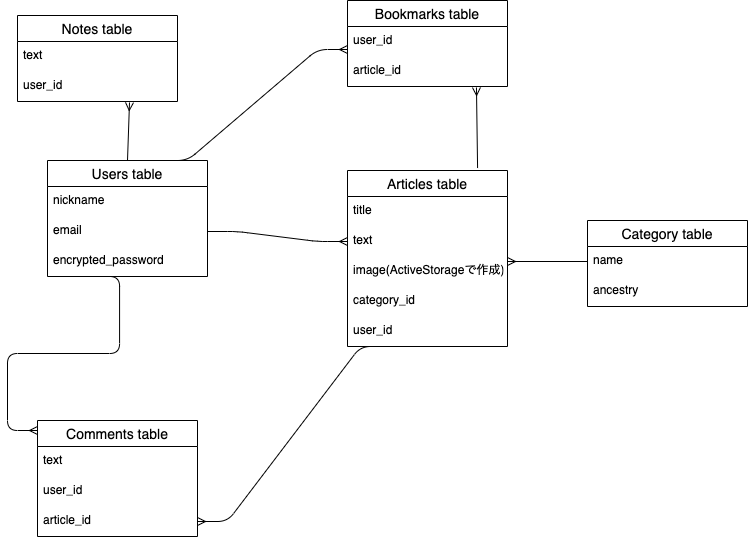
Danke1732/find-app keeps this draw.io diagram as find_er.drawio.png. Above is the earlier version. Source tidied: cells renumbered, new cells last; positions are measured from the earlier drawing's top-left corner, leaving out a move shared by most shapes.
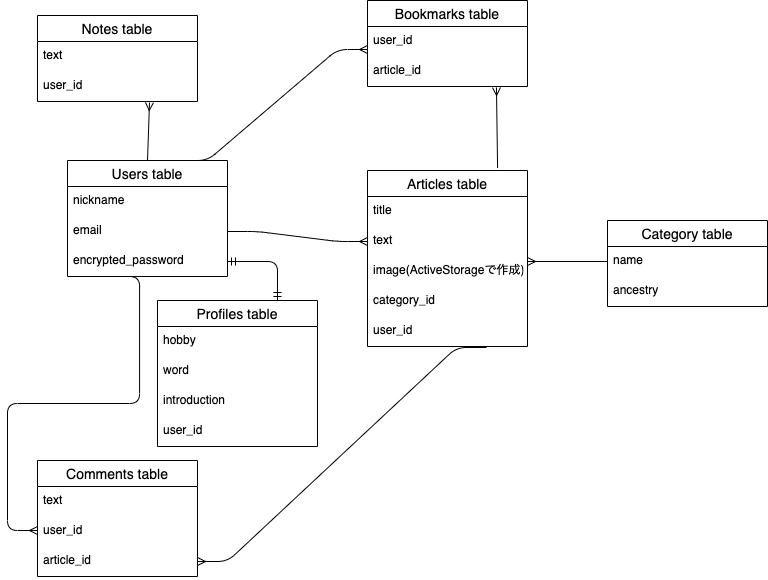
After the commit.

Commit message:
README及びER図の修正

The edit, as a diff of the source:
```diff
@@ -15,7 +15,7 @@
       <mxGeometry y="86" width="160" height="30" as="geometry" />
     </mxCell>
     <mxCell id="6" value="Comments table" style="swimlane;fontStyle=0;horizontal=1;startSize=26;align=center;fontSize=14;" parent="1" vertex="1">
-      <mxGeometry x="20" y="420" width="160" height="116" as="geometry" />
+      <mxGeometry y="460" width="160" height="116" as="geometry" />
     </mxCell>
     <mxCell id="7" value="text" style="text;strokeColor=none;fillColor=none;spacingLeft=4;spacingRight=4;overflow=hidden;fontSize=12;" parent="6" vertex="1">
       <mxGeometry y="26" width="160" height="30" as="geometry" />
@@ -74,12 +74,12 @@
     <mxCell id="25" value="ancestry" style="text;strokeColor=none;fillColor=none;spacingLeft=4;spacingRight=4;overflow=hidden;fontSize=12;" parent="23" vertex="1">
       <mxGeometry y="56" width="160" height="30" as="geometry" />
     </mxCell>
-    <mxCell id="26" style="edgeStyle=entityRelationEdgeStyle;fontSize=12;html=1;endArrow=ERmany;exitX=0.269;exitY=1;exitDx=0;exitDy=0;exitPerimeter=0;" parent="1" edge="1" source="15" target="9">
+    <mxCell id="26" style="edgeStyle=entityRelationEdgeStyle;fontSize=12;html=1;endArrow=ERmany;exitX=0.744;exitY=1.033;exitDx=0;exitDy=0;exitPerimeter=0;" parent="1" edge="1" source="15" target="9">
       <mxGeometry relative="1" as="geometry" />
     </mxCell>
     <mxCell id="27" style="edgeStyle=entityRelationEdgeStyle;fontSize=12;html=1;endArrow=ERmany;exitX=0.263;exitY=1;exitDx=0;exitDy=0;exitPerimeter=0;" parent="1" edge="1" source="5">
       <mxGeometry relative="1" as="geometry">
-        <mxPoint x="20" y="430" as="targetPoint" />
+        <mxPoint y="530" as="targetPoint" />
       </mxGeometry>
     </mxCell>
     <mxCell id="28" style="edgeStyle=orthogonalEdgeStyle;fontSize=12;html=1;endArrow=ERmany;exitX=0;exitY=0.5;exitDx=0;exitDy=0;" parent="1" edge="1" source="24">
@@ -99,5 +99,28 @@
         <mxPoint x="330" y="49" as="targetPoint" />
       </mxGeometry>
     </mxCell>
+    <mxCell id="32" value="Profiles table" style="swimlane;fontStyle=0;horizontal=1;startSize=26;align=center;fontSize=14;" parent="1" vertex="1">
+      <mxGeometry x="120" y="300" width="160" height="146" as="geometry" />
+    </mxCell>
+    <mxCell id="33" value="hobby" style="text;strokeColor=none;fillColor=none;spacingLeft=4;spacingRight=4;overflow=hidden;fontSize=12;" parent="32" vertex="1">
+      <mxGeometry y="26" width="160" height="30" as="geometry" />
+    </mxCell>
+    <mxCell id="34" value="word" style="text;strokeColor=none;fillColor=none;spacingLeft=4;spacingRight=4;overflow=hidden;fontSize=12;" parent="32" vertex="1">
+      <mxGeometry y="56" width="160" height="30" as="geometry" />
+    </mxCell>
+    <mxCell id="35" value="introduction" style="text;strokeColor=none;fillColor=none;spacingLeft=4;spacingRight=4;overflow=hidden;fontSize=12;" parent="32" vertex="1">
+      <mxGeometry y="86" width="160" height="30" as="geometry" />
+    </mxCell>
+    <mxCell id="36" value="user_id" style="text;strokeColor=none;fillColor=none;spacingLeft=4;spacingRight=4;overflow=hidden;fontSize=12;" parent="32" vertex="1">
+      <mxGeometry y="116" width="160" height="30" as="geometry" />
+    </mxCell>
+    <mxCell id="37" style="edgeStyle=elbowEdgeStyle;fontSize=12;html=1;endArrow=ERmandOne;startArrow=ERmandOne;entryX=1;entryY=0.5;entryDx=0;entryDy=0;elbow=vertical;" parent="1" edge="1" target="5">
+      <mxGeometry relative="1" as="geometry">
+        <mxPoint x="240" y="300" as="sourcePoint" />
+        <Array as="points">
+          <mxPoint x="230" y="261" />
+        </Array>
+      </mxGeometry>
+    </mxCell>
   </root>
 </mxGraphModel>
```
